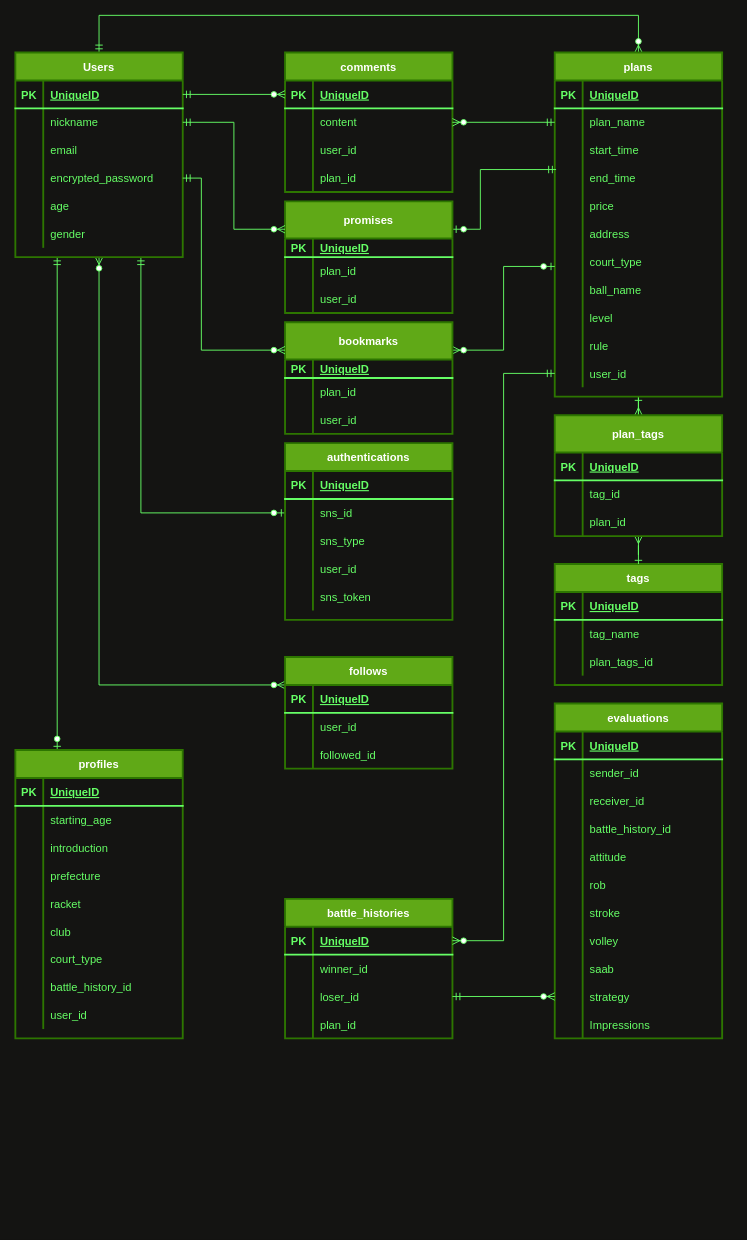
Earlier version of the draw.io diagram config/db.dio (0123takaokeita/Tennis_encounter). Source tidied: cells renumbered, new cells numbered last; positions are measured from the earlier drawing's top-left corner, leaving out a move shared by most shapes. Both pictures are drawn from the tidied source at 93%, with x=0, y=0 at pixel (15, 15).
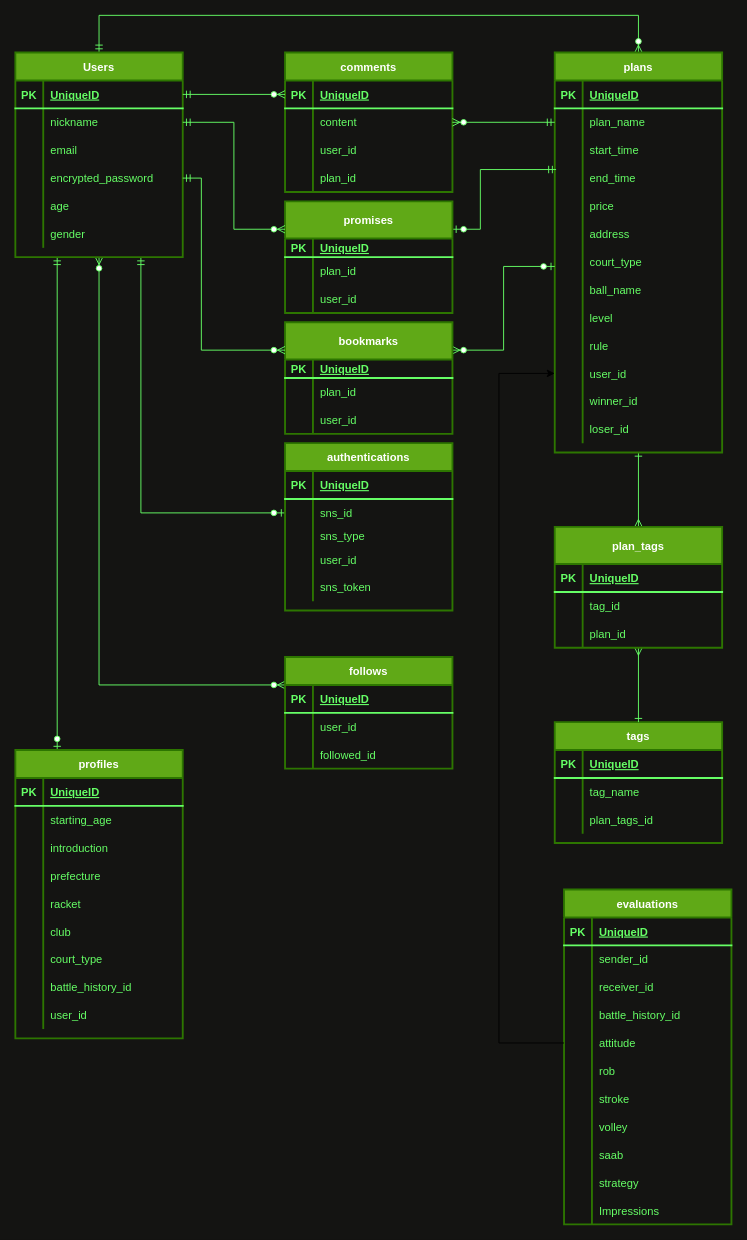
Above is the later version.

Commit message (it also covers changes not shown here):
プロフィールの編集

The change refers to these unchanged cells:
```xml
<mxCell id="57" style="shape=partialRectangle;fillColor=none;top=0;left=0;bottom=0;right=0;points=[[0,0.5],[1,0.5]];portConstraint=eastwest;labelBackgroundColor=none;strokeWidth=2;strokeColor=#66FF66;fontColor=#66FF66;" parent="26" vertex="1">
  <mxGeometry y="330" width="180" height="30" as="geometry" />
</mxCell>
<mxCell id="201" style="shape=partialRectangle;fillColor=none;top=0;left=0;bottom=0;right=0;points=[[0,0.5],[1,0.5]];portConstraint=eastwest;labelBackgroundColor=none;strokeWidth=2;strokeColor=#66FF66;fontColor=#66FF66;" parent="188" vertex="1">
  <mxGeometry y="150" width="180" height="30" as="geometry" />
</mxCell>
<mxCell id="216" style="shape=partialRectangle;fillColor=none;top=0;left=0;bottom=0;right=0;points=[[0,0.5],[1,0.5]];portConstraint=eastwest;labelBackgroundColor=none;strokeWidth=2;strokeColor=#66FF66;fontColor=#66FF66;" parent="188" vertex="1">
  <mxGeometry y="300" width="180" height="30" as="geometry" />
</mxCell>
```

What changed in the source:
```diff
@@
     <mxCell id="26" value="plans" style="shape=table;startSize=30;childLayout=tableLayout;rowLines=0;fontStyle=1;align=center;labelBackgroundColor=none;strokeWidth=2;strokeColor=#2D7600;fontColor=#ffffff;fillColor=#60a917;" parent="1" vertex="1">
-      <mxGeometry x="580" y="40" width="180" height="370" as="geometry" />
+      <mxGeometry x="580" y="40" width="180" height="430" as="geometry" />
     </mxCell>
@@
+    <mxCell id="224" style="shape=partialRectangle;fillColor=none;top=0;left=0;bottom=0;right=0;labelBackgroundColor=none;strokeWidth=2;strokeColor=#66FF66;fontColor=#66FF66;" parent="26" vertex="1">
+      <mxGeometry y="360" width="180" height="30" as="geometry" />
+    </mxCell>
+    <mxCell id="225" style="shape=partialRectangle;fillColor=none;top=0;left=0;bottom=0;right=0;overflow=hidden;labelBackgroundColor=none;strokeWidth=2;strokeColor=#66FF66;fontColor=#66FF66;" parent="224" vertex="1">
+      <mxGeometry width="30" height="30" as="geometry" />
+    </mxCell>
+    <mxCell id="150" value="winner_id" style="shape=partialRectangle;fillColor=none;top=0;left=0;bottom=0;right=0;align=left;spacingLeft=6;overflow=hidden;labelBackgroundColor=none;strokeWidth=2;strokeColor=#66FF66;fontColor=#66FF66;" parent="224" vertex="1">
+      <mxGeometry x="30" width="150" height="30" as="geometry" />
+    </mxCell>
+    <mxCell id="226" style="shape=partialRectangle;fillColor=none;top=0;left=0;bottom=0;right=0;labelBackgroundColor=none;strokeWidth=2;strokeColor=#66FF66;fontColor=#66FF66;" parent="26" vertex="1">
+      <mxGeometry y="390" width="180" height="30" as="geometry" />
+    </mxCell>
+    <mxCell id="227" style="shape=partialRectangle;fillColor=none;top=0;left=0;bottom=0;right=0;overflow=hidden;labelBackgroundColor=none;strokeWidth=2;strokeColor=#66FF66;fontColor=#66FF66;" parent="226" vertex="1">
+      <mxGeometry width="30" height="30" as="geometry" />
+    </mxCell>
+    <mxCell id="153" value="loser_id" style="shape=partialRectangle;fillColor=none;top=0;left=0;bottom=0;right=0;align=left;spacingLeft=6;overflow=hidden;labelBackgroundColor=none;strokeWidth=2;strokeColor=#66FF66;fontColor=#66FF66;" parent="226" vertex="1">
+      <mxGeometry x="30" width="150" height="30" as="geometry" />
+    </mxCell>
@@
     <mxCell id="123" value="tags" style="shape=table;startSize=30;childLayout=tableLayout;rowLines=0;fontStyle=1;align=center;labelBackgroundColor=none;strokeWidth=2;strokeColor=#2D7600;fontColor=#ffffff;fillColor=#60a917;" parent="1" vertex="1">
-      <mxGeometry x="580" y="590" width="180" height="130" as="geometry" />
+      <mxGeometry x="580" y="760" width="180" height="130" as="geometry" />
     </mxCell>
@@
     <mxCell id="134" value="plan_tags" style="shape=table;startSize=40;childLayout=tableLayout;rowLines=0;fontStyle=1;align=center;labelBackgroundColor=none;strokeWidth=2;strokeColor=#2D7600;fontColor=#ffffff;fillColor=#60a917;" parent="1" vertex="1">
-      <mxGeometry x="580" y="430" width="180" height="130" as="geometry" />
+      <mxGeometry x="580" y="550" width="180" height="130" as="geometry" />
     </mxCell>
@@
-    <mxCell id="144" value="battle_histories" style="shape=table;startSize=30;childLayout=tableLayout;rowLines=0;fontStyle=1;align=center;labelBackgroundColor=none;strokeWidth=2;strokeColor=#2D7600;fontColor=#ffffff;fillColor=#60a917;" parent="1" vertex="1">
-      <mxGeometry x="290" y="950" width="180" height="150" as="geometry" />
-    </mxCell>
-    <mxCell id="145" style="shape=partialRectangle;fillColor=none;top=0;left=0;bottom=1;right=0;points=[[0,0.5],[1,0.5]];portConstraint=eastwest;labelBackgroundColor=none;strokeWidth=2;strokeColor=#66FF66;fontColor=#66FF66;" parent="144" vertex="1">
-      <mxGeometry y="30" width="180" height="30" as="geometry" />
-    </mxCell>
-    <mxCell id="146" value="PK" style="shape=partialRectangle;fillColor=none;top=0;left=0;bottom=0;right=0;fontStyle=1;overflow=hidden;labelBackgroundColor=none;strokeWidth=2;strokeColor=#66FF66;fontColor=#66FF66;" parent="145" vertex="1">
-      <mxGeometry width="30" height="30" as="geometry" />
-    </mxCell>
-    <mxCell id="147" value="UniqueID" style="shape=partialRectangle;fillColor=none;top=0;left=0;bottom=0;right=0;align=left;spacingLeft=6;fontStyle=5;overflow=hidden;labelBackgroundColor=none;strokeWidth=2;strokeColor=#66FF66;fontColor=#66FF66;" parent="145" vertex="1">
-      <mxGeometry x="30" width="150" height="30" as="geometry" />
-    </mxCell>
-    <mxCell id="148" style="shape=partialRectangle;fillColor=none;top=0;left=0;bottom=0;right=0;labelBackgroundColor=none;strokeWidth=2;strokeColor=#66FF66;fontColor=#66FF66;" parent="144" vertex="1">
-      <mxGeometry y="60" width="180" height="30" as="geometry" />
-    </mxCell>
-    <mxCell id="149" style="shape=partialRectangle;fillColor=none;top=0;left=0;bottom=0;right=0;overflow=hidden;labelBackgroundColor=none;strokeWidth=2;strokeColor=#66FF66;fontColor=#66FF66;" parent="148" vertex="1">
-      <mxGeometry width="30" height="30" as="geometry" />
-    </mxCell>
-    <mxCell id="150" value="winner_id" style="shape=partialRectangle;fillColor=none;top=0;left=0;bottom=0;right=0;align=left;spacingLeft=6;overflow=hidden;labelBackgroundColor=none;strokeWidth=2;strokeColor=#66FF66;fontColor=#66FF66;" parent="148" vertex="1">
-      <mxGeometry x="30" width="150" height="30" as="geometry" />
-    </mxCell>
-    <mxCell id="151" style="shape=partialRectangle;fillColor=none;top=0;left=0;bottom=0;right=0;points=[[0,0.5],[1,0.5]];portConstraint=eastwest;labelBackgroundColor=none;strokeWidth=2;strokeColor=#66FF66;fontColor=#66FF66;" parent="144" vertex="1">
-      <mxGeometry y="90" width="180" height="30" as="geometry" />
-    </mxCell>
-    <mxCell id="152" style="shape=partialRectangle;fillColor=none;top=0;left=0;bottom=0;right=0;overflow=hidden;labelBackgroundColor=none;strokeWidth=2;strokeColor=#66FF66;fontColor=#66FF66;" parent="151" vertex="1">
-      <mxGeometry width="30" height="30" as="geometry" />
-    </mxCell>
-    <mxCell id="153" value="loser_id" style="shape=partialRectangle;fillColor=none;top=0;left=0;bottom=0;right=0;align=left;spacingLeft=6;overflow=hidden;labelBackgroundColor=none;strokeWidth=2;strokeColor=#66FF66;fontColor=#66FF66;" parent="151" vertex="1">
-      <mxGeometry x="30" width="150" height="30" as="geometry" />
-    </mxCell>
-    <mxCell id="154" style="shape=partialRectangle;fillColor=none;top=0;left=0;bottom=0;right=0;labelBackgroundColor=none;strokeWidth=2;strokeColor=#66FF66;fontColor=#66FF66;" parent="144" vertex="1">
-      <mxGeometry y="120" width="180" height="30" as="geometry" />
-    </mxCell>
-    <mxCell id="155" style="shape=partialRectangle;fillColor=none;top=0;left=0;bottom=0;right=0;overflow=hidden;labelBackgroundColor=none;strokeWidth=2;strokeColor=#66FF66;fontColor=#66FF66;" parent="154" vertex="1">
-      <mxGeometry width="30" height="30" as="geometry" />
-    </mxCell>
-    <mxCell id="156" value="plan_id" style="shape=partialRectangle;fillColor=none;top=0;left=0;bottom=0;right=0;align=left;spacingLeft=6;overflow=hidden;labelBackgroundColor=none;strokeWidth=2;strokeColor=#66FF66;fontColor=#66FF66;" parent="154" vertex="1">
-      <mxGeometry x="30" width="150" height="30" as="geometry" />
-    </mxCell>
     <mxCell id="157" value="authentications" style="shape=table;startSize=30;childLayout=tableLayout;rowLines=0;fontStyle=1;align=center;labelBackgroundColor=none;strokeWidth=2;strokeColor=#2D7600;fontColor=#ffffff;fillColor=#60a917;" parent="1" vertex="1">
-      <mxGeometry x="290" y="460" width="180" height="190" as="geometry" />
+      <mxGeometry x="290" y="460" width="180" height="180" as="geometry" />
     </mxCell>
@@
     <mxCell id="164" style="shape=partialRectangle;fillColor=none;top=0;left=0;bottom=0;right=0;labelBackgroundColor=none;strokeWidth=2;strokeColor=#66FF66;fontColor=#66FF66;" parent="157" vertex="1">
-      <mxGeometry y="90" width="180" height="30" as="geometry" />
+      <mxGeometry y="90" width="180" height="20" as="geometry" />
     </mxCell>
     <mxCell id="165" style="shape=partialRectangle;fillColor=none;top=0;left=0;bottom=0;right=0;overflow=hidden;labelBackgroundColor=none;strokeWidth=2;strokeColor=#66FF66;fontColor=#66FF66;" parent="164" vertex="1">
-      <mxGeometry width="30" height="30" as="geometry" />
+      <mxGeometry width="30" height="20" as="geometry" />
     </mxCell>
     <mxCell id="166" value="sns_type" style="shape=partialRectangle;fillColor=none;top=0;left=0;bottom=0;right=0;align=left;spacingLeft=6;overflow=hidden;labelBackgroundColor=none;strokeWidth=2;strokeColor=#66FF66;fontColor=#66FF66;" parent="164" vertex="1">
-      <mxGeometry x="30" width="150" height="30" as="geometry" />
+      <mxGeometry x="30" width="150" height="20" as="geometry" />
     </mxCell>
     <mxCell id="167" style="shape=partialRectangle;fillColor=none;top=0;left=0;bottom=0;right=0;labelBackgroundColor=none;strokeWidth=2;strokeColor=#66FF66;fontColor=#66FF66;" parent="157" vertex="1">
-      <mxGeometry y="120" width="180" height="30" as="geometry" />
+      <mxGeometry y="110" width="180" height="30" as="geometry" />
     </mxCell>
@@
     <mxCell id="170" style="shape=partialRectangle;fillColor=none;top=0;left=0;bottom=0;right=0;labelBackgroundColor=none;strokeWidth=2;strokeColor=#66FF66;fontColor=#66FF66;" parent="157" vertex="1">
-      <mxGeometry y="150" width="180" height="30" as="geometry" />
+      <mxGeometry y="140" width="180" height="30" as="geometry" />
     </mxCell>
@@
     <mxCell id="188" value="evaluations" style="shape=table;startSize=30;childLayout=tableLayout;rowLines=0;fontStyle=1;align=center;labelBackgroundColor=none;strokeWidth=2;strokeColor=#2D7600;fontColor=#ffffff;fillColor=#60a917;" parent="1" vertex="1">
-      <mxGeometry x="580" y="740" width="180" height="360" as="geometry" />
+      <mxGeometry x="590" y="940" width="180" height="360" as="geometry" />
     </mxCell>
@@
-    <mxCell id="222" style="edgeStyle=orthogonalEdgeStyle;rounded=0;jettySize=auto;html=1;exitX=1;exitY=0.5;exitDx=0;exitDy=0;startArrow=ERmandOne;startFill=0;endArrow=ERzeroToMany;endFill=1;fillColor=#60a917;strokeColor=#66FF66;" parent="1" edge="1" source="151" target="216">
-      <mxGeometry relative="1" as="geometry" />
-    </mxCell>
-    <mxCell id="223" style="edgeStyle=orthogonalEdgeStyle;rounded=0;jettySize=auto;html=1;exitX=1;exitY=0.5;exitDx=0;exitDy=0;entryX=0;entryY=0.5;entryDx=0;entryDy=0;startArrow=ERzeroToMany;startFill=1;endArrow=ERmandOne;endFill=0;fillColor=#60a917;strokeColor=#66FF66;" parent="1" edge="1" source="145" target="57">
-      <mxGeometry relative="1" as="geometry" />
-    </mxCell>
+    <mxCell id="228" style="edgeStyle=orthogonalEdgeStyle;rounded=0;jettySize=auto;html=1;exitX=0;exitY=0.5;exitDx=0;exitDy=0;entryX=0;entryY=0.5;entryDx=0;entryDy=0;" parent="1" edge="1" source="201" target="57">
+      <mxGeometry relative="1" as="geometry">
+        <Array as="points">
+          <mxPoint x="520" y="1105" />
+          <mxPoint x="520" y="385" />
+        </Array>
+      </mxGeometry>
+    </mxCell>
```
